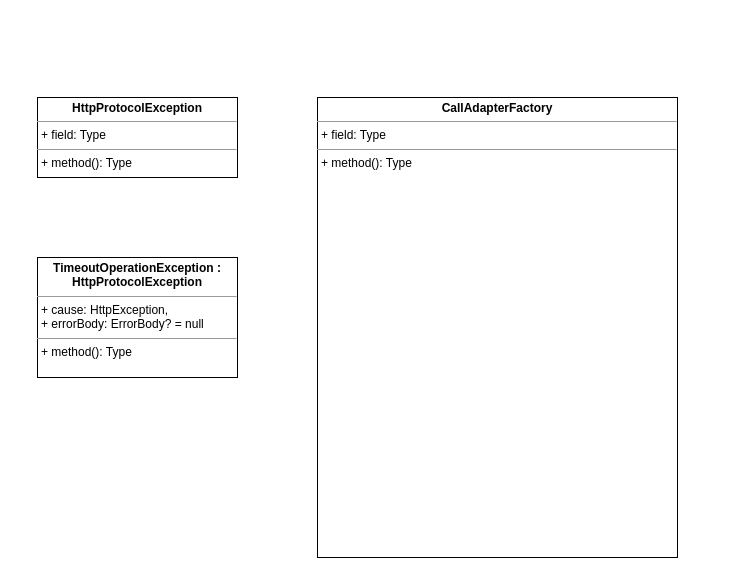
Before: UNI-17066.drawio in ShiryaevNikolay/diagrams, a draw.io diagram. Source tidied: cells renumbered, new cells numbered last; positions are measured from the earlier drawing's top-left corner, leaving out a move shared by most shapes. Both pictures are drawn from the tidied source at 100%, with x=0, y=0 at pixel (37, 97).
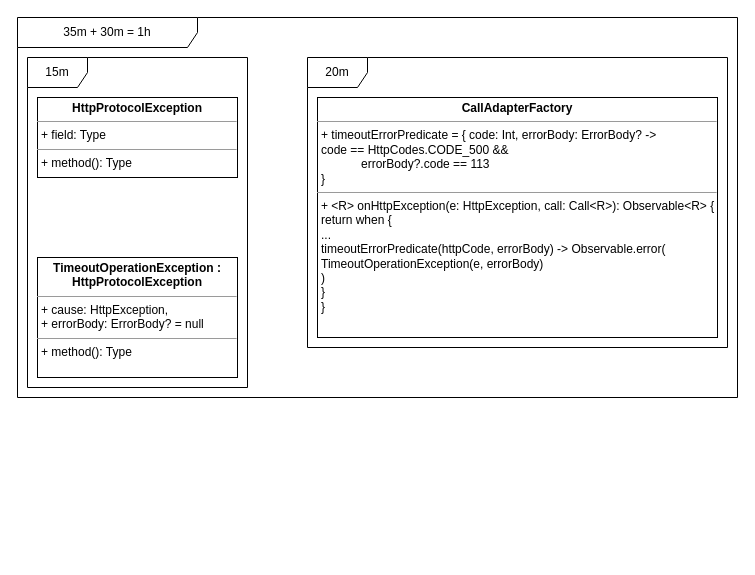
Above is the later version.

Diff of the diagram source:
```diff
@@
 <mxGraphModel>
   <root>
     <mxCell id="0" />
     <mxCell id="1" parent="0" />
     <mxCell id="2" value="&lt;p style=&quot;margin:0px;margin-top:4px;text-align:center;&quot;&gt;&lt;b&gt;HttpProtocolException&lt;/b&gt;&lt;/p&gt;&lt;hr size=&quot;1&quot;&gt;&lt;p style=&quot;margin:0px;margin-left:4px;&quot;&gt;+ field: Type&lt;/p&gt;&lt;hr size=&quot;1&quot;&gt;&lt;p style=&quot;margin:0px;margin-left:4px;&quot;&gt;+ method(): Type&lt;/p&gt;" style="verticalAlign=top;align=left;overflow=fill;fontSize=12;fontFamily=Helvetica;html=1;" parent="1" vertex="1">
       <mxGeometry width="200" height="80" as="geometry" />
     </mxCell>
     <mxCell id="3" value="&lt;p style=&quot;margin:0px;margin-top:4px;text-align:center;&quot;&gt;&lt;b&gt;TimeoutOperationException :&lt;br&gt;HttpProtocolException&lt;/b&gt;&lt;br&gt;&lt;/p&gt;&lt;hr size=&quot;1&quot;&gt;&lt;p style=&quot;margin:0px;margin-left:4px;&quot;&gt;+ cause: HttpException,&lt;br&gt;+ errorBody: ErrorBody? = null&lt;/p&gt;&lt;hr size=&quot;1&quot;&gt;&lt;p style=&quot;margin:0px;margin-left:4px;&quot;&gt;+ method(): Type&lt;/p&gt;" style="verticalAlign=top;align=left;overflow=fill;fontSize=12;fontFamily=Helvetica;html=1;" parent="1" vertex="1">
       <mxGeometry y="160" width="200" height="120" as="geometry" />
     </mxCell>
-    <mxCell id="4" value="&lt;p style=&quot;margin:0px;margin-top:4px;text-align:center;&quot;&gt;&lt;b&gt;CallAdapterFactory&lt;/b&gt;&lt;/p&gt;&lt;hr size=&quot;1&quot;&gt;&lt;p style=&quot;margin:0px;margin-left:4px;&quot;&gt;+ field: Type&lt;/p&gt;&lt;hr size=&quot;1&quot;&gt;&lt;p style=&quot;margin:0px;margin-left:4px;&quot;&gt;+ method(): Type&lt;/p&gt;" style="verticalAlign=top;align=left;overflow=fill;fontSize=12;fontFamily=Helvetica;html=1;" parent="1" vertex="1">
-      <mxGeometry x="280" width="360" height="460" as="geometry" />
+    <mxCell id="4" value="&lt;p style=&quot;margin:0px;margin-top:4px;text-align:center;&quot;&gt;&lt;b&gt;CallAdapterFactory&lt;/b&gt;&lt;/p&gt;&lt;hr size=&quot;1&quot;&gt;&lt;p style=&quot;margin:0px;margin-left:4px;&quot;&gt;+ timeoutErrorPredicate = { code: Int, errorBody: ErrorBody? -&amp;gt;&lt;/p&gt;&lt;p style=&quot;margin:0px;margin-left:4px;&quot;&gt;code == HttpCodes.CODE_500 &amp;amp;&amp;amp;&lt;br&gt;&amp;nbsp;&amp;nbsp;&amp;nbsp;&amp;nbsp;&amp;nbsp;&amp;nbsp;&amp;nbsp;&amp;nbsp;&amp;nbsp;&amp;nbsp;&amp;nbsp; errorBody?.code == 113&lt;br&gt;&lt;/p&gt;&lt;p style=&quot;margin:0px;margin-left:4px;&quot;&gt;}&lt;br&gt;&lt;/p&gt;&lt;hr size=&quot;1&quot;&gt;&lt;p style=&quot;margin:0px;margin-left:4px;&quot;&gt;+ &amp;lt;R&amp;gt; onHttpException(e: HttpException, call: Call&amp;lt;R&amp;gt;): Observable&amp;lt;R&amp;gt; {&lt;/p&gt;&lt;p style=&quot;margin:0px;margin-left:4px;&quot;&gt;return when {&lt;/p&gt;&lt;p style=&quot;margin:0px;margin-left:4px;&quot;&gt;...&lt;/p&gt;&lt;p style=&quot;margin:0px;margin-left:4px;&quot;&gt;timeoutErrorPredicate(httpCode, errorBody) -&amp;gt; Observable.error(&lt;/p&gt;&lt;p style=&quot;margin:0px;margin-left:4px;&quot;&gt;TimeoutOperationException(e, errorBody)&lt;br&gt;&lt;/p&gt;&lt;p style=&quot;margin:0px;margin-left:4px;&quot;&gt;)&lt;br&gt;&lt;/p&gt;&lt;p style=&quot;margin:0px;margin-left:4px;&quot;&gt;}&lt;br&gt;&lt;/p&gt;&lt;p style=&quot;margin:0px;margin-left:4px;&quot;&gt;}&lt;br&gt;&lt;/p&gt;" style="verticalAlign=top;align=left;overflow=fill;fontSize=12;fontFamily=Helvetica;html=1;" parent="1" vertex="1">
+      <mxGeometry x="280" width="400" height="240" as="geometry" />
     </mxCell>
+    <mxCell id="5" value="15m" style="shape=umlFrame;whiteSpace=wrap;html=1;" parent="1" vertex="1">
+      <mxGeometry x="-10" y="-40" width="220" height="330" as="geometry" />
+    </mxCell>
+    <mxCell id="6" value="20m" style="shape=umlFrame;whiteSpace=wrap;html=1;" parent="1" vertex="1">
+      <mxGeometry x="270" y="-40" width="420" height="290" as="geometry" />
+    </mxCell>
+    <mxCell id="7" value="35m + 30m = 1h" style="shape=umlFrame;whiteSpace=wrap;html=1;width=180;height=30;" parent="1" vertex="1">
+      <mxGeometry x="-20" y="-80" width="720" height="380" as="geometry" />
+    </mxCell>
   </root>
 </mxGraphModel>
```
